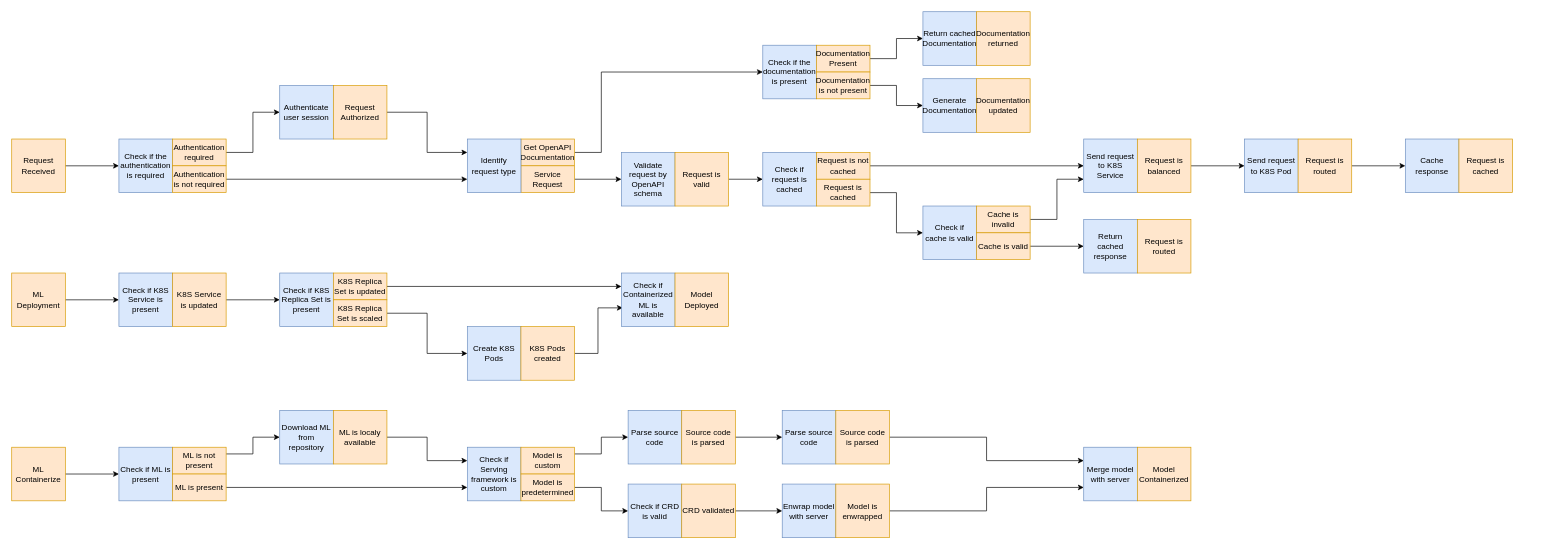
fanglores/Advanced-Software-Design keeps this draw.io diagram as PracticeTasks/Module2/Task_9/events.drawio. Above is the earlier version. Source tidied: cells renumbered, new cells numbered last; positions are measured from the earlier drawing's top-left corner, leaving out a move shared by most shapes. Both pictures are drawn from the tidied source at 67%, with x=0, y=0 at pixel (11, 11).
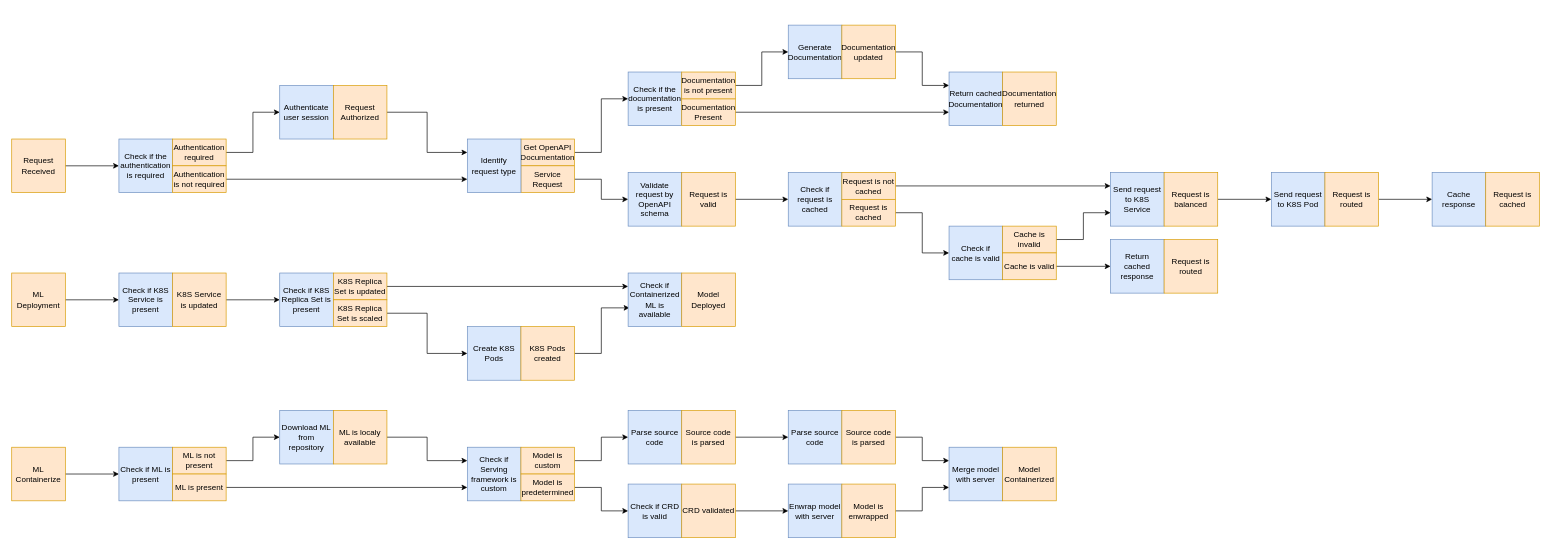
Above is the later version.

Unchanged cells that the change refers to:
```xml
<mxCell id="12" value="Get OpenAPI&lt;div&gt;Documentation&lt;/div&gt;" style="rounded=0;whiteSpace=wrap;html=1;fillColor=#ffe6cc;strokeColor=#d79b00;" parent="1" vertex="1">
  <mxGeometry x="760" y="190" width="80" height="40" as="geometry" />
</mxCell>
<mxCell id="68" value="Model is custom" style="rounded=0;whiteSpace=wrap;html=1;fillColor=#ffe6cc;strokeColor=#d79b00;" parent="1" vertex="1">
  <mxGeometry x="760" y="650" width="80" height="40" as="geometry" />
</mxCell>
<mxCell id="71" value="Parse source code" style="rounded=0;whiteSpace=wrap;html=1;fillColor=#dae8fc;strokeColor=#6c8ebf;" parent="1" vertex="1">
  <mxGeometry x="920" y="595" width="80" height="80" as="geometry" />
</mxCell>
<mxCell id="77" value="Download ML from repository" style="rounded=0;whiteSpace=wrap;html=1;fillColor=#dae8fc;strokeColor=#6c8ebf;" parent="1" vertex="1">
  <mxGeometry x="400" y="595" width="80" height="80" as="geometry" />
</mxCell>
<mxCell id="89" value="ML is not present" style="rounded=0;whiteSpace=wrap;html=1;fillColor=#ffe6cc;strokeColor=#d79b00;" parent="1" vertex="1">
  <mxGeometry x="240" y="650" width="80" height="40" as="geometry" />
</mxCell>
```

The edit, as a diff of the source:
```diff
@@
     <mxCell id="7" value="Validate request by OpenAPI schema" style="rounded=0;whiteSpace=wrap;html=1;fillColor=#dae8fc;strokeColor=#6c8ebf;" parent="1" vertex="1">
-      <mxGeometry x="910" y="210" width="80" height="80" as="geometry" />
+      <mxGeometry x="920" y="240" width="80" height="80" as="geometry" />
     </mxCell>
@@
     <mxCell id="9" value="Request is valid" style="rounded=0;whiteSpace=wrap;html=1;fillColor=#ffe6cc;strokeColor=#d79b00;" parent="1" vertex="1">
-      <mxGeometry x="990" y="210" width="80" height="80" as="geometry" />
+      <mxGeometry x="1000" y="240" width="80" height="80" as="geometry" />
     </mxCell>
@@
     <mxCell id="11" style="edgeStyle=orthogonalEdgeStyle;rounded=0;jettySize=auto;html=1;exitX=1;exitY=0.5;exitDx=0;exitDy=0;entryX=0;entryY=0.5;entryDx=0;entryDy=0;" parent="1" edge="1" source="12" target="20">
       <mxGeometry relative="1" as="geometry">
         <Array as="points">
           <mxPoint x="880" y="210" />
-          <mxPoint x="880" y="90" />
+          <mxPoint x="880" y="130" />
         </Array>
       </mxGeometry>
     </mxCell>
@@
     <mxCell id="20" value="Check if the documentation is present" style="rounded=0;whiteSpace=wrap;html=1;fillColor=#dae8fc;strokeColor=#6c8ebf;" parent="1" vertex="1">
-      <mxGeometry x="1121" y="50" width="80" height="80" as="geometry" />
+      <mxGeometry x="920" y="90" width="80" height="80" as="geometry" />
     </mxCell>
-    <mxCell id="21" style="edgeStyle=orthogonalEdgeStyle;rounded=0;html=1;exitX=1;exitY=0.5;exitDx=0;exitDy=0;entryX=0;entryY=0.5;entryDx=0;entryDy=0;" parent="1" edge="1" source="22" target="32">
+    <mxCell id="21" style="edgeStyle=orthogonalEdgeStyle;rounded=0;jettySize=auto;html=1;exitX=1;exitY=0.5;exitDx=0;exitDy=0;entryX=0;entryY=0.75;entryDx=0;entryDy=0;" parent="1" edge="1" source="22" target="32">
       <mxGeometry relative="1" as="geometry" />
     </mxCell>
     <mxCell id="22" value="Documentation Present" style="rounded=0;whiteSpace=wrap;html=1;fillColor=#ffe6cc;strokeColor=#d79b00;" parent="1" vertex="1">
-      <mxGeometry x="1201" y="50" width="80" height="40" as="geometry" />
+      <mxGeometry x="1000" y="130" width="80" height="40" as="geometry" />
     </mxCell>
-    <mxCell id="23" style="edgeStyle=orthogonalEdgeStyle;rounded=0;jettySize=auto;html=1;exitX=1;exitY=0.5;exitDx=0;exitDy=0;" parent="1" edge="1" source="24" target="25">
+    <mxCell id="23" style="edgeStyle=orthogonalEdgeStyle;rounded=0;jettySize=auto;html=1;exitX=1;exitY=0.5;exitDx=0;exitDy=0;entryX=0;entryY=0.5;entryDx=0;entryDy=0;" parent="1" edge="1" source="24" target="25">
       <mxGeometry relative="1" as="geometry" />
     </mxCell>
     <mxCell id="24" value="Documentation is not present" style="rounded=0;whiteSpace=wrap;html=1;fillColor=#ffe6cc;strokeColor=#d79b00;" parent="1" vertex="1">
-      <mxGeometry x="1201" y="90" width="80" height="40" as="geometry" />
+      <mxGeometry x="1000" y="90" width="80" height="40" as="geometry" />
     </mxCell>
     <mxCell id="25" value="Generate Documentation" style="rounded=0;whiteSpace=wrap;html=1;fillColor=#dae8fc;strokeColor=#6c8ebf;" parent="1" vertex="1">
-      <mxGeometry x="1360" y="100" width="80" height="80" as="geometry" />
+      <mxGeometry x="1159" y="20" width="80" height="80" as="geometry" />
     </mxCell>
+    <mxCell id="93" style="edgeStyle=orthogonalEdgeStyle;rounded=0;jettySize=auto;html=1;exitX=1;exitY=0.5;exitDx=0;exitDy=0;entryX=0;entryY=0.25;entryDx=0;entryDy=0;" parent="1" edge="1" source="26" target="32">
+      <mxGeometry relative="1" as="geometry" />
+    </mxCell>
     <mxCell id="26" value="Documentation updated" style="rounded=0;whiteSpace=wrap;html=1;fillColor=#ffe6cc;strokeColor=#d79b00;" parent="1" vertex="1">
-      <mxGeometry x="1440" y="100" width="80" height="80" as="geometry" />
+      <mxGeometry x="1239" y="20" width="80" height="80" as="geometry" />
     </mxCell>
@@
     <mxCell id="32" value="Return cached Documentation" style="rounded=0;whiteSpace=wrap;html=1;fillColor=#dae8fc;strokeColor=#6c8ebf;" parent="1" vertex="1">
-      <mxGeometry x="1360" width="80" height="80" as="geometry" />
+      <mxGeometry x="1399" y="90" width="80" height="80" as="geometry" />
     </mxCell>
     <mxCell id="33" value="Documentation returned" style="rounded=0;whiteSpace=wrap;html=1;fillColor=#ffe6cc;strokeColor=#d79b00;" parent="1" vertex="1">
-      <mxGeometry x="1440" width="80" height="80" as="geometry" />
+      <mxGeometry x="1479" y="90" width="80" height="80" as="geometry" />
     </mxCell>
     <mxCell id="34" value="Send request to K8S Service" style="rounded=0;whiteSpace=wrap;html=1;fillColor=#dae8fc;strokeColor=#6c8ebf;" parent="1" vertex="1">
-      <mxGeometry x="1600" y="190" width="80" height="80" as="geometry" />
+      <mxGeometry x="1640" y="240" width="80" height="80" as="geometry" />
     </mxCell>
@@
     <mxCell id="36" value="Request is balanced" style="rounded=0;whiteSpace=wrap;html=1;fillColor=#ffe6cc;strokeColor=#d79b00;" parent="1" vertex="1">
-      <mxGeometry x="1680" y="190" width="80" height="80" as="geometry" />
+      <mxGeometry x="1720" y="240" width="80" height="80" as="geometry" />
     </mxCell>
     <mxCell id="37" value="Send request to K8S Pod" style="rounded=0;whiteSpace=wrap;html=1;fillColor=#dae8fc;strokeColor=#6c8ebf;" parent="1" vertex="1">
-      <mxGeometry x="1840" y="190" width="80" height="80" as="geometry" />
+      <mxGeometry x="1880" y="240" width="80" height="80" as="geometry" />
     </mxCell>
@@
     <mxCell id="39" value="Request is routed" style="rounded=0;whiteSpace=wrap;html=1;fillColor=#ffe6cc;strokeColor=#d79b00;" parent="1" vertex="1">
-      <mxGeometry x="1920" y="190" width="80" height="80" as="geometry" />
+      <mxGeometry x="1960" y="240" width="80" height="80" as="geometry" />
     </mxCell>
@@
     <mxCell id="48" value="Check if Containerized ML is available" style="rounded=0;whiteSpace=wrap;html=1;fillColor=#dae8fc;strokeColor=#6c8ebf;" parent="1" vertex="1">
-      <mxGeometry x="910" y="390" width="80" height="80" as="geometry" />
+      <mxGeometry x="920" y="390" width="80" height="80" as="geometry" />
     </mxCell>
     <mxCell id="49" value="Model Deployed" style="rounded=0;whiteSpace=wrap;html=1;fillColor=#ffe6cc;strokeColor=#d79b00;" parent="1" vertex="1">
-      <mxGeometry x="990" y="390" width="80" height="80" as="geometry" />
+      <mxGeometry x="1000" y="390" width="80" height="80" as="geometry" />
     </mxCell>
     <mxCell id="50" value="Cache response" style="rounded=0;whiteSpace=wrap;html=1;fillColor=#dae8fc;strokeColor=#6c8ebf;" parent="1" vertex="1">
-      <mxGeometry x="2080" y="190" width="80" height="80" as="geometry" />
+      <mxGeometry x="2120" y="240" width="80" height="80" as="geometry" />
     </mxCell>
     <mxCell id="51" value="Request is cached" style="rounded=0;whiteSpace=wrap;html=1;fillColor=#ffe6cc;strokeColor=#d79b00;" parent="1" vertex="1">
-      <mxGeometry x="2160" y="190" width="80" height="80" as="geometry" />
+      <mxGeometry x="2200" y="240" width="80" height="80" as="geometry" />
     </mxCell>
     <mxCell id="52" value="Check if request is cached" style="rounded=0;whiteSpace=wrap;html=1;fillColor=#dae8fc;strokeColor=#6c8ebf;" parent="1" vertex="1">
-      <mxGeometry x="1121" y="210" width="80" height="80" as="geometry" />
+      <mxGeometry x="1159" y="240" width="80" height="80" as="geometry" />
     </mxCell>
-    <mxCell id="53" style="edgeStyle=orthogonalEdgeStyle;rounded=0;html=1;exitX=1;exitY=0.5;exitDx=0;exitDy=0;entryX=0;entryY=0.5;entryDx=0;entryDy=0;" parent="1" edge="1" source="54" target="34">
+    <mxCell id="53" style="edgeStyle=orthogonalEdgeStyle;rounded=0;html=1;exitX=1;exitY=0.5;exitDx=0;exitDy=0;entryX=0;entryY=0.25;entryDx=0;entryDy=0;" parent="1" edge="1" source="54" target="34">
       <mxGeometry relative="1" as="geometry" />
     </mxCell>
     <mxCell id="54" value="Request is not cached" style="rounded=0;whiteSpace=wrap;html=1;fillColor=#ffe6cc;strokeColor=#d79b00;" parent="1" vertex="1">
-      <mxGeometry x="1201" y="210" width="80" height="40" as="geometry" />
+      <mxGeometry x="1239" y="240" width="80" height="40" as="geometry" />
     </mxCell>
     <mxCell id="55" value="Check if cache is valid" style="rounded=0;whiteSpace=wrap;html=1;fillColor=#dae8fc;strokeColor=#6c8ebf;" parent="1" vertex="1">
-      <mxGeometry x="1360" y="290" width="80" height="80" as="geometry" />
+      <mxGeometry x="1399" y="320" width="80" height="80" as="geometry" />
     </mxCell>
@@
     <mxCell id="57" value="Cache is invalid" style="rounded=0;whiteSpace=wrap;html=1;fillColor=#ffe6cc;strokeColor=#d79b00;" parent="1" vertex="1">
-      <mxGeometry x="1440" y="290" width="80" height="40" as="geometry" />
+      <mxGeometry x="1479" y="320" width="80" height="40" as="geometry" />
     </mxCell>
@@
     <mxCell id="59" value="Request is cached" style="rounded=0;whiteSpace=wrap;html=1;fillColor=#ffe6cc;strokeColor=#d79b00;" parent="1" vertex="1">
-      <mxGeometry x="1201" y="250" width="80" height="40" as="geometry" />
+      <mxGeometry x="1239" y="280" width="80" height="40" as="geometry" />
     </mxCell>
     <mxCell id="60" value="Return cached response" style="rounded=0;whiteSpace=wrap;html=1;fillColor=#dae8fc;strokeColor=#6c8ebf;" parent="1" vertex="1">
-      <mxGeometry x="1600" y="310" width="80" height="80" as="geometry" />
+      <mxGeometry x="1640" y="340" width="80" height="80" as="geometry" />
     </mxCell>
     <mxCell id="61" value="Request is routed" style="rounded=0;whiteSpace=wrap;html=1;fillColor=#ffe6cc;strokeColor=#d79b00;" parent="1" vertex="1">
-      <mxGeometry x="1680" y="310" width="80" height="80" as="geometry" />
+      <mxGeometry x="1720" y="340" width="80" height="80" as="geometry" />
     </mxCell>
@@
     <mxCell id="63" value="Cache is valid" style="rounded=0;whiteSpace=wrap;html=1;fillColor=#ffe6cc;strokeColor=#d79b00;" parent="1" vertex="1">
-      <mxGeometry x="1440" y="330" width="80" height="40" as="geometry" />
+      <mxGeometry x="1479" y="360" width="80" height="40" as="geometry" />
     </mxCell>
@@
-    <mxCell id="67" style="edgeStyle=orthogonalEdgeStyle;rounded=0;html=1;exitX=1;exitY=0.25;exitDx=0;exitDy=0;entryX=0;entryY=0.5;entryDx=0;entryDy=0;" parent="1" edge="1" source="68" target="71">
+    <mxCell id="67" style="edgeStyle=orthogonalEdgeStyle;rounded=0;jettySize=auto;html=1;exitX=1;exitY=0.5;exitDx=0;exitDy=0;" parent="1" edge="1" source="68" target="71">
       <mxGeometry relative="1" as="geometry" />
     </mxCell>
@@
     <mxCell id="80" value="Enwrap model with server" style="rounded=0;whiteSpace=wrap;html=1;fillColor=#dae8fc;strokeColor=#6c8ebf;" parent="1" vertex="1">
-      <mxGeometry x="1150" y="705" width="80" height="80" as="geometry" />
+      <mxGeometry x="1159" y="705" width="80" height="80" as="geometry" />
     </mxCell>
@@
     <mxCell id="82" value="Model is enwrapped" style="rounded=0;whiteSpace=wrap;html=1;fillColor=#ffe6cc;strokeColor=#d79b00;" parent="1" vertex="1">
-      <mxGeometry x="1230" y="705" width="80" height="80" as="geometry" />
+      <mxGeometry x="1239" y="705" width="80" height="80" as="geometry" />
     </mxCell>
     <mxCell id="83" value="Parse source code" style="rounded=0;whiteSpace=wrap;html=1;fillColor=#dae8fc;strokeColor=#6c8ebf;" parent="1" vertex="1">
-      <mxGeometry x="1150" y="595" width="80" height="80" as="geometry" />
+      <mxGeometry x="1159" y="595" width="80" height="80" as="geometry" />
     </mxCell>
@@
     <mxCell id="85" value="Source code is parsed" style="rounded=0;whiteSpace=wrap;html=1;fillColor=#ffe6cc;strokeColor=#d79b00;" parent="1" vertex="1">
-      <mxGeometry x="1230" y="595" width="80" height="80" as="geometry" />
+      <mxGeometry x="1239" y="595" width="80" height="80" as="geometry" />
     </mxCell>
@@
-    <mxCell id="88" style="edgeStyle=orthogonalEdgeStyle;rounded=0;html=1;exitX=1;exitY=0.25;exitDx=0;exitDy=0;entryX=0;entryY=0.5;entryDx=0;entryDy=0;" parent="1" edge="1" source="89" target="77">
+    <mxCell id="88" style="edgeStyle=orthogonalEdgeStyle;rounded=0;jettySize=auto;html=1;exitX=1;exitY=0.5;exitDx=0;exitDy=0;entryX=0;entryY=0.5;entryDx=0;entryDy=0;" parent="1" edge="1" source="89" target="77">
       <mxGeometry relative="1" as="geometry" />
     </mxCell>
@@
     <mxCell id="91" value="Merge model with server" style="rounded=0;whiteSpace=wrap;html=1;fillColor=#dae8fc;strokeColor=#6c8ebf;" parent="1" vertex="1">
-      <mxGeometry x="1600" y="650" width="80" height="80" as="geometry" />
+      <mxGeometry x="1399" y="650" width="80" height="80" as="geometry" />
     </mxCell>
     <mxCell id="92" value="Model Containerized" style="rounded=0;whiteSpace=wrap;html=1;fillColor=#ffe6cc;strokeColor=#d79b00;" parent="1" vertex="1">
-      <mxGeometry x="1680" y="650" width="80" height="80" as="geometry" />
+      <mxGeometry x="1479" y="650" width="80" height="80" as="geometry" />
     </mxCell>
```
